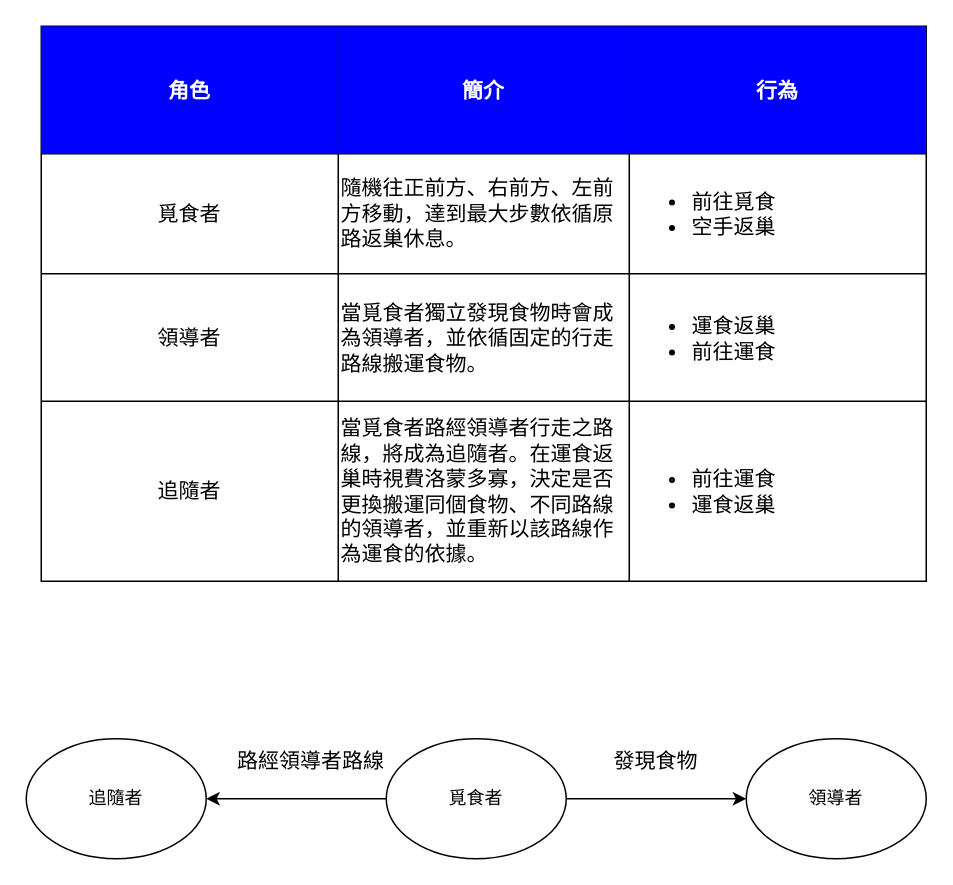
QiuBingCheng/AntColonySimulation keeps this draw.io diagram as page "角色功能" (1 of 3) of Move Rule Diagram.drawio. Above is the earlier version. Source tidied: cells renumbered, new cells numbered last; positions are measured from the earlier drawing's top-left corner, leaving out a move shared by most shapes. Both pictures are drawn from the tidied source at 150%, with x=0, y=0 at pixel (26, 26).
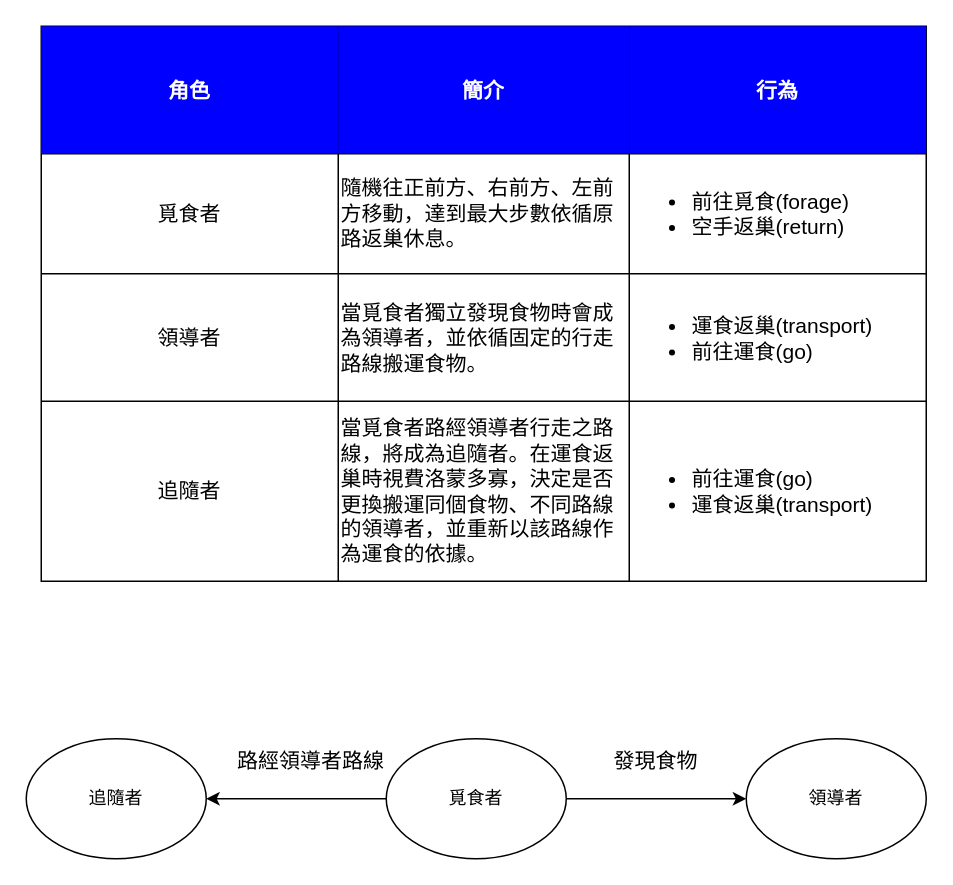
Above is the later version.

Unchanged cells that the change refers to:
```xml
<mxCell id="7" style="shape=partialRectangle;html=1;whiteSpace=wrap;fillColor=none;top=0;left=0;bottom=0;right=0;" parent="2" vertex="1">
  <mxGeometry y="85" width="590" height="80" as="geometry" />
</mxCell>
<mxCell id="11" style="shape=partialRectangle;html=1;whiteSpace=wrap;fillColor=none;top=0;left=0;bottom=0;right=0;" parent="2" vertex="1">
  <mxGeometry y="165" width="590" height="85" as="geometry" />
</mxCell>
<mxCell id="15" style="shape=partialRectangle;html=1;whiteSpace=wrap;fillColor=none;top=0;left=0;bottom=0;right=0;" parent="2" vertex="1">
  <mxGeometry y="250" width="590" height="120" as="geometry" />
</mxCell>
```

Change to the diagram source:
```diff
@@
-    <mxCell id="10" value="&lt;ul style=&quot;font-size: 14px;&quot;&gt;&lt;li style=&quot;font-size: 14px;&quot;&gt;前往覓食&lt;/li&gt;&lt;li style=&quot;font-size: 14px;&quot;&gt;空手返巢&lt;/li&gt;&lt;/ul&gt;" style="shape=partialRectangle;html=1;whiteSpace=wrap;overflow=hidden;fillColor=none;top=0;left=0;bottom=0;right=0;align=left;fontSize=14;" parent="7" vertex="1">
+    <mxCell id="10" value="&lt;ul style=&quot;font-size: 14px&quot;&gt;&lt;li style=&quot;font-size: 14px&quot;&gt;前往覓食(forage)&lt;/li&gt;&lt;li style=&quot;font-size: 14px&quot;&gt;空手返巢(return)&lt;/li&gt;&lt;/ul&gt;" style="shape=partialRectangle;html=1;whiteSpace=wrap;overflow=hidden;fillColor=none;top=0;left=0;bottom=0;right=0;align=left;fontSize=14;" parent="7" vertex="1">
       <mxGeometry x="392" width="198" height="80" as="geometry" />
     </mxCell>
@@
-    <mxCell id="14" value="&lt;ul style=&quot;font-size: 14px;&quot;&gt;&lt;li style=&quot;font-size: 14px;&quot;&gt;運食返巢&lt;/li&gt;&lt;li style=&quot;font-size: 14px;&quot;&gt;前往運食&lt;/li&gt;&lt;/ul&gt;" style="shape=partialRectangle;html=1;whiteSpace=wrap;overflow=hidden;fillColor=none;top=0;left=0;bottom=0;right=0;align=left;fontSize=14;" parent="11" vertex="1">
+    <mxCell id="14" value="&lt;ul style=&quot;font-size: 14px&quot;&gt;&lt;li style=&quot;font-size: 14px&quot;&gt;運食返巢(transport)&lt;/li&gt;&lt;li style=&quot;font-size: 14px&quot;&gt;前往運食(go)&lt;/li&gt;&lt;/ul&gt;" style="shape=partialRectangle;html=1;whiteSpace=wrap;overflow=hidden;fillColor=none;top=0;left=0;bottom=0;right=0;align=left;fontSize=14;" parent="11" vertex="1">
       <mxGeometry x="392" width="198" height="85" as="geometry" />
     </mxCell>
@@
-    <mxCell id="18" value="&lt;ul style=&quot;font-size: 14px;&quot;&gt;&lt;li style=&quot;font-size: 14px;&quot;&gt;前往運食&lt;/li&gt;&lt;li style=&quot;font-size: 14px;&quot;&gt;運食返巢&lt;/li&gt;&lt;/ul&gt;" style="shape=partialRectangle;html=1;whiteSpace=wrap;overflow=hidden;fillColor=none;top=0;left=0;bottom=0;right=0;align=left;fontSize=14;" parent="15" vertex="1">
+    <mxCell id="18" value="&lt;ul style=&quot;font-size: 14px&quot;&gt;&lt;li style=&quot;font-size: 14px&quot;&gt;前往運食(go)&lt;/li&gt;&lt;li style=&quot;font-size: 14px&quot;&gt;運食返巢(transport)&lt;/li&gt;&lt;/ul&gt;" style="shape=partialRectangle;html=1;whiteSpace=wrap;overflow=hidden;fillColor=none;top=0;left=0;bottom=0;right=0;align=left;fontSize=14;" parent="15" vertex="1">
       <mxGeometry x="392" width="198" height="120" as="geometry" />
     </mxCell>
```
